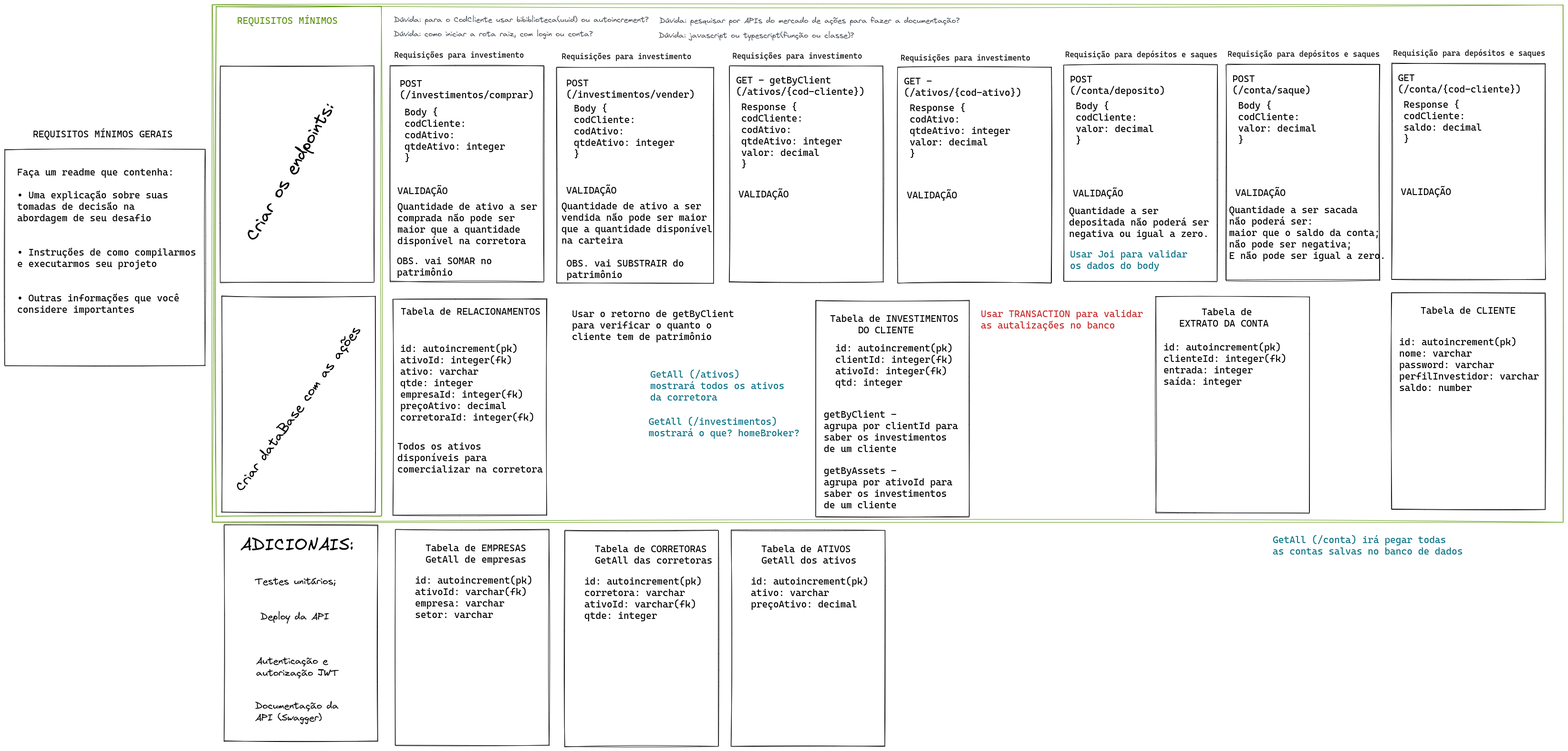
Before: planning.png, a diagram exported from Excalidraw (KerliS9/stock-market-api). Source tidied: one line per element, renumbered; positions are measured from the earlier drawing's top-left corner, leaving out a move shared by most shapes.
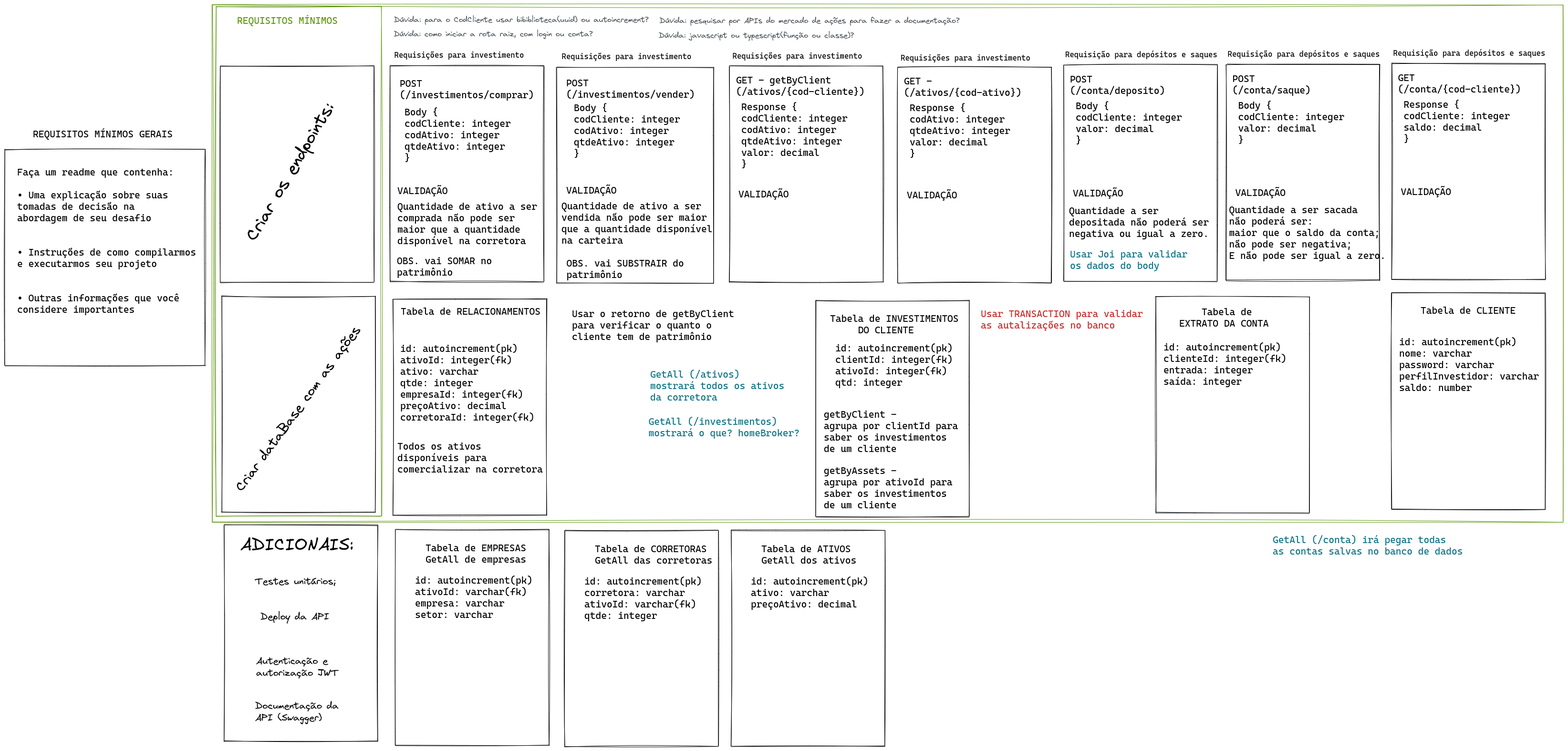
After the commit.

The edit, as a diff of the source:
```diff
@@ -9,27 +9,27 @@
 {"id": 8, "type": "text", "text": "Autenticação e \nautorização JWT", "strokeColor": "#000000", "strokeWidth": 1, "roughness": 1, "fontSize": 20, "fontFamily": 1, "x": 527, "y": 1364, "width": 174, "height": 50}
 {"id": 9, "type": "text", "text": "Documentação da \nAPI (Swagger)", "strokeColor": "#000000", "strokeWidth": 1, "roughness": 1, "fontSize": 20, "fontFamily": 1, "x": 525, "y": 1458, "width": 185, "height": 50}
 {"id": 10, "type": "text", "text": "POST \n(/investimentos/comprar)", "strokeColor": "#000000", "strokeWidth": 1, "roughness": 1, "fontSize": 20, "fontFamily": 3, "x": 828, "y": 153, "width": 282, "height": 48}
-{"id": 11, "type": "text", "text": "Body {\ncodCliente: \ncodAtivo:\nqtdeAtivo: integer\n}", "strokeColor": "#000000", "strokeWidth": 1, "roughness": 1, "fontSize": 20, "fontFamily": 3, "x": 838, "y": 213, "width": 211, "height": 120}
+{"id": 11, "type": "text", "text": "Body {\ncodCliente: integer\ncodAtivo: integer\nqtdeAtivo: integer\n}", "strokeColor": "#000000", "strokeWidth": 1, "roughness": 1, "fontSize": 20, "fontFamily": 3, "x": 838, "y": 213, "width": 223, "height": 120}
 {"id": 12, "type": "rectangle", "strokeColor": "#000000", "strokeWidth": 1, "roughness": 1, "x": 808, "y": 128, "width": 322, "height": 453}
 {"id": 13, "type": "text", "text": "Quantidade de ativo a ser \ncomprada não pode ser\nmaior que a quantidade \ndisponível na corretora", "strokeColor": "#000000", "strokeWidth": 1, "roughness": 1, "fontSize": 20, "fontFamily": 3, "x": 823, "y": 411, "width": 305, "height": 96}
 {"id": 14, "type": "text", "text": "VALIDAÇÃO", "strokeColor": "#000000", "strokeWidth": 1, "roughness": 1, "fontSize": 20, "fontFamily": 3, "x": 823, "y": 378, "width": 106, "height": 24}
 {"id": 15, "type": "text", "text": "POST \n(/investimentos/vender)", "strokeColor": "#000", "strokeWidth": 1, "roughness": 1, "fontSize": 20, "fontFamily": 3, "x": 1177, "y": 152, "width": 271, "height": 48}
-{"id": 16, "type": "text", "text": "Body {\ncodCliente: \ncodAtivo:\nqtdeAtivo: integer\n}", "strokeColor": "#000000", "strokeWidth": 1, "roughness": 1, "fontSize": 20, "fontFamily": 3, "x": 1193, "y": 205, "width": 211, "height": 120}
+{"id": 16, "type": "text", "text": "Body {\ncodCliente: integer\ncodAtivo: integer\nqtdeAtivo: integer\n}", "strokeColor": "#000000", "strokeWidth": 1, "roughness": 1, "fontSize": 20, "fontFamily": 3, "x": 1193, "y": 204, "width": 223, "height": 120}
 {"id": 17, "type": "rectangle", "strokeColor": "#000000", "strokeWidth": 1, "roughness": 1, "x": 1157, "y": 132, "width": 329, "height": 453}
 {"id": 18, "type": "text", "text": "Quantidade de ativo a ser\nvendida não pode ser maior\nque a quantidade disponível \nna carteira", "strokeColor": "#000000", "strokeWidth": 1, "roughness": 1, "fontSize": 20, "fontFamily": 3, "x": 1167, "y": 410, "width": 328, "height": 96}
 {"id": 19, "type": "text", "text": "VALIDAÇÃO", "strokeColor": "#000000", "strokeWidth": 1, "roughness": 1, "fontSize": 20, "fontFamily": 3, "x": 1177, "y": 377, "width": 106, "height": 24}
 {"id": 20, "type": "text", "text": "OBS. vai SOMAR no \npatrimônio", "strokeColor": "#000000", "strokeWidth": 1, "roughness": 1, "fontSize": 20, "fontFamily": 3, "x": 822, "y": 525, "width": 211, "height": 48}
 {"id": 21, "type": "text", "text": "OBS. vai SUBSTRAIR do \npatrimônio", "strokeColor": "#000000", "strokeWidth": 1, "roughness": 1, "fontSize": 20, "fontFamily": 3, "x": 1178, "y": 530, "width": 258, "height": 48}
 {"id": 22, "type": "text", "text": "GET - getByClient\n(/ativos/{cod-cliente})", "strokeColor": "#000000", "strokeWidth": 1, "roughness": 1, "fontSize": 20, "fontFamily": 3, "x": 1533, "y": 146, "width": 271, "height": 48}
-{"id": 23, "type": "text", "text": "Response {\ncodCliente: \ncodAtivo:\nqtdeAtivo: integer\nvalor: decimal\n}", "strokeColor": "#000000", "strokeWidth": 1, "roughness": 1, "fontSize": 20, "fontFamily": 3, "x": 1544, "y": 202, "width": 211, "height": 144}
+{"id": 23, "type": "text", "text": "Response {\ncodCliente: integer\ncodAtivo: integer\nqtdeAtivo: integer\nvalor: decimal\n}", "strokeColor": "#000000", "strokeWidth": 1, "roughness": 1, "fontSize": 20, "fontFamily": 3, "x": 1544, "y": 202, "width": 223, "height": 144}
 {"id": 24, "type": "rectangle", "strokeColor": "#000000", "strokeWidth": 1, "roughness": 1, "x": 1519, "y": 128, "width": 322, "height": 453}
 {"id": 25, "type": "text", "text": "VALIDAÇÃO", "strokeColor": "#000000", "strokeWidth": 1, "roughness": 1, "fontSize": 20, "fontFamily": 3, "x": 1538, "y": 385, "width": 106, "height": 24}
 {"id": 26, "type": "text", "text": "GET -  \n(/ativos/{cod-ativo})", "strokeColor": "#000000", "strokeWidth": 1, "roughness": 1, "fontSize": 20, "fontFamily": 3, "x": 1885, "y": 148, "width": 247, "height": 48}
-{"id": 27, "type": "text", "text": "Response {\ncodAtivo:\nqtdeAtivo: integer\nvalor: decimal\n}", "strokeColor": "#000000", "strokeWidth": 1, "roughness": 1, "fontSize": 20, "fontFamily": 3, "x": 1897, "y": 204, "width": 211, "height": 120}
+{"id": 27, "type": "text", "text": "Response {\ncodAtivo: integer\nqtdeAtivo: integer\nvalor: decimal\n}", "strokeColor": "#000000", "strokeWidth": 1, "roughness": 1, "fontSize": 20, "fontFamily": 3, "x": 1897, "y": 204, "width": 211, "height": 120}
 {"id": 28, "type": "rectangle", "strokeColor": "#000000", "strokeWidth": 1, "roughness": 1, "x": 1872, "y": 130, "width": 322, "height": 453}
 {"id": 29, "type": "text", "text": "VALIDAÇÃO", "strokeColor": "#000000", "strokeWidth": 1, "roughness": 1, "fontSize": 20, "fontFamily": 3, "x": 1891, "y": 387, "width": 106, "height": 24}
 {"id": 30, "type": "text", "text": "POST\n(/conta/deposito)", "strokeColor": "#000000", "strokeWidth": 1, "roughness": 1, "fontSize": 20, "fontFamily": 3, "x": 2233, "y": 144, "width": 200, "height": 48}
-{"id": 31, "type": "text", "text": "Body {\ncodCliente:\nvalor: decimal\n}", "strokeColor": "#000000", "strokeWidth": 1, "roughness": 1, "fontSize": 20, "fontFamily": 3, "x": 2245, "y": 200, "width": 164, "height": 96}
+{"id": 31, "type": "text", "text": "Body {\ncodCliente: integer\nvalor: decimal\n}", "strokeColor": "#000000", "strokeWidth": 1, "roughness": 1, "fontSize": 20, "fontFamily": 3, "x": 2245, "y": 200, "width": 223, "height": 96}
 {"id": 32, "type": "rectangle", "strokeColor": "#000000", "strokeWidth": 1, "roughness": 1, "x": 2220, "y": 126, "width": 322, "height": 453}
 {"id": 33, "type": "text", "text": "VALIDAÇÃO", "strokeColor": "#000000", "strokeWidth": 1, "roughness": 1, "fontSize": 20, "fontFamily": 3, "x": 2239, "y": 383, "width": 106, "height": 24}
 {"id": 34, "type": "text", "text": "Quantidade a ser\ndepositada não poderá ser\nnegativa ou igual a zero.", "strokeColor": "#000000", "strokeWidth": 1, "roughness": 1, "fontSize": 20, "fontFamily": 3, "x": 2231, "y": 420, "width": 294, "height": 72}
@@ -39,13 +39,13 @@
 {"id": 38, "type": "text", "text": "Requisições para investimento", "strokeColor": "#000000", "strokeWidth": 1, "roughness": 1, "fontSize": 16, "fontFamily": 3, "x": 1168, "y": 98, "width": 273, "height": 19}
 {"id": 39, "type": "text", "text": "Requisições para investimento", "strokeColor": "#000000", "strokeWidth": 1, "roughness": 1, "fontSize": 16, "fontFamily": 3, "x": 816, "y": 96, "width": 273, "height": 19}
 {"id": 40, "type": "text", "text": "POST\n(/conta/saque)", "strokeColor": "#000000", "strokeWidth": 1, "roughness": 1, "fontSize": 20, "fontFamily": 3, "x": 2574, "y": 143, "width": 165, "height": 48}
-{"id": 41, "type": "text", "text": "Body {\ncodCliente:\nvalor: decimal\n}", "strokeColor": "#000000", "strokeWidth": 1, "roughness": 1, "fontSize": 20, "fontFamily": 3, "x": 2586, "y": 199, "width": 164, "height": 96}
+{"id": 41, "type": "text", "text": "Body {\ncodCliente: integer\nvalor: decimal\n}", "strokeColor": "#000000", "strokeWidth": 1, "roughness": 1, "fontSize": 20, "fontFamily": 3, "x": 2586, "y": 199, "width": 223, "height": 96}
 {"id": 42, "type": "rectangle", "strokeColor": "#000000", "strokeWidth": 1, "roughness": 1, "x": 2560, "y": 125, "width": 322, "height": 453}
 {"id": 43, "type": "text", "text": "VALIDAÇÃO", "strokeColor": "#000000", "strokeWidth": 1, "roughness": 1, "fontSize": 20, "fontFamily": 3, "x": 2580, "y": 382, "width": 106, "height": 24}
 {"id": 44, "type": "text", "text": "Quantidade a ser sacada\nnão poderá ser:\nmaior que o saldo da conta;\nnão pode ser negativa;\nE não pode ser igual a zero.", "strokeColor": "#000000", "strokeWidth": 1, "roughness": 1, "fontSize": 20, "fontFamily": 3, "x": 2566, "y": 418, "width": 329, "height": 120}
 {"id": 45, "type": "text", "text": "Requisição para depósitos e saques", "strokeColor": "#000000", "strokeWidth": 1, "roughness": 1, "fontSize": 16, "fontFamily": 3, "x": 2564, "y": 94, "width": 320, "height": 19}
 {"id": 46, "type": "text", "text": "GET\n(/conta/{cod-cliente})", "strokeColor": "#000000", "strokeWidth": 1, "roughness": 1, "fontSize": 20, "fontFamily": 3, "x": 2920, "y": 141, "width": 259, "height": 48}
-{"id": 47, "type": "text", "text": "Response {\ncodCliente:\nsaldo: decimal\n}", "strokeColor": "#000000", "strokeWidth": 1, "roughness": 1, "fontSize": 20, "fontFamily": 3, "x": 2932, "y": 197, "width": 164, "height": 96}
+{"id": 47, "type": "text", "text": "Response {\ncodCliente: integer\nsaldo: decimal\n}", "strokeColor": "#000000", "strokeWidth": 1, "roughness": 1, "fontSize": 20, "fontFamily": 3, "x": 2932, "y": 197, "width": 223, "height": 96}
 {"id": 48, "type": "rectangle", "strokeColor": "#000000", "strokeWidth": 1, "roughness": 1, "x": 2908, "y": 123, "width": 322, "height": 453}
 {"id": 49, "type": "text", "text": "VALIDAÇÃO", "strokeColor": "#000000", "strokeWidth": 1, "roughness": 1, "fontSize": 20, "fontFamily": 3, "x": 2926, "y": 380, "width": 106, "height": 24}
 {"id": 50, "type": "text", "text": "Requisição para depósitos e saques", "strokeColor": "#000000", "strokeWidth": 1, "roughness": 1, "fontSize": 16, "fontFamily": 3, "x": 2910, "y": 92, "width": 320, "height": 19}
```
